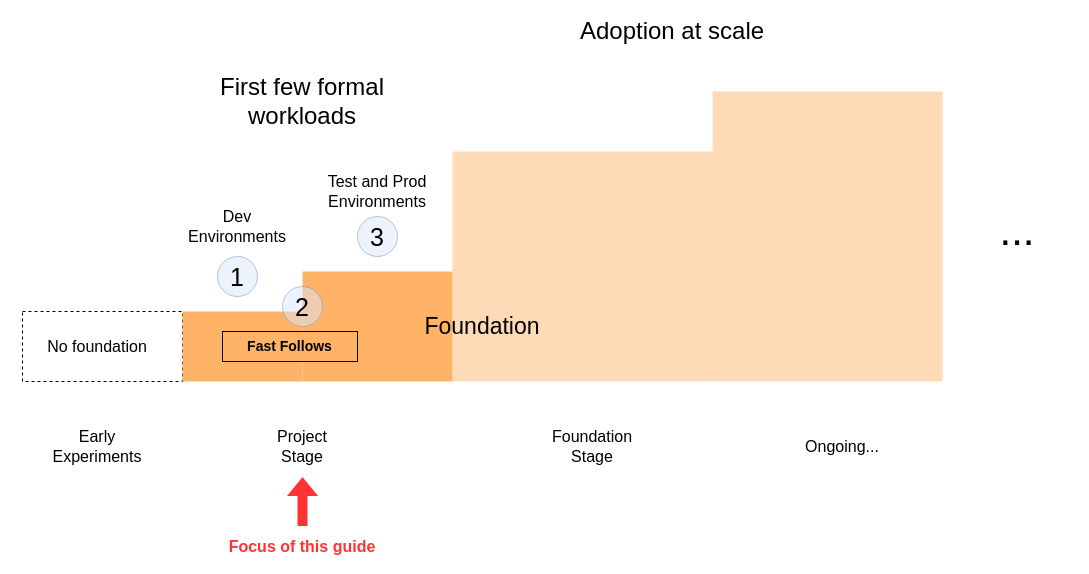
atimpone/aws-foundation-journey keeps this draw.io diagram as page "foundation" (7 of 10) of drawings/initial-foundation.drawio. Above is the earlier version. Source tidied: cells renumbered, new cells numbered last; positions are measured from the earlier drawing's top-left corner, leaving out a move shared by most shapes. Both pictures are drawn from the tidied source at 100%, with x=0, y=0 at pixel (17, 21).
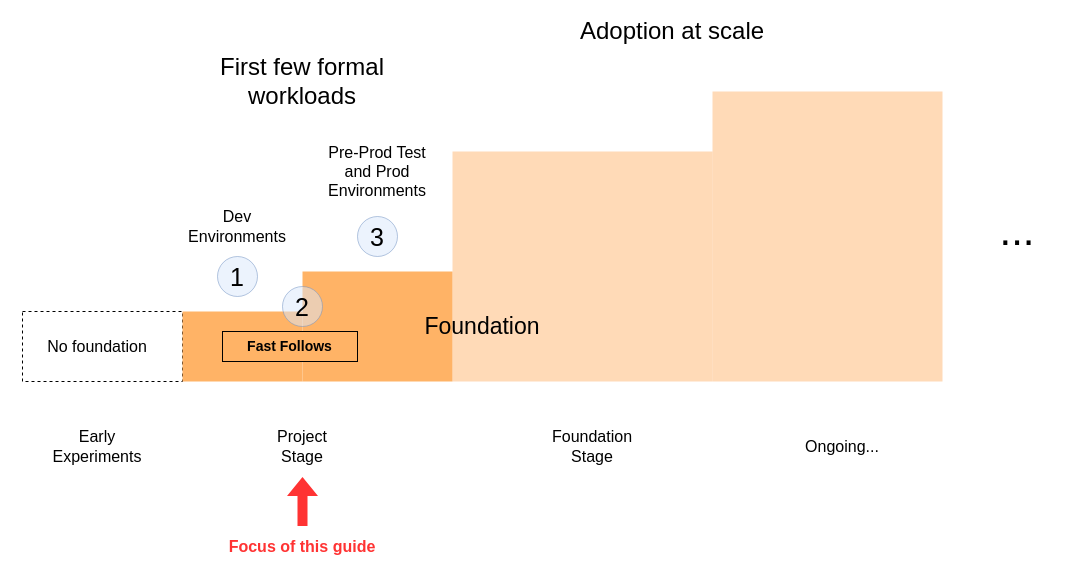
After the change.

Diff of the diagram source:
```diff
@@
-    <mxCell id="12" value="Test and Prod&lt;br&gt;Environments" style="text;html=1;strokeColor=none;fillColor=none;align=center;verticalAlign=middle;whiteSpace=wrap;rounded=0;fontSize=16;fontColor=#000000;" parent="1" vertex="1">
-      <mxGeometry x="305" y="160" width="110" height="20" as="geometry" />
+    <mxCell id="12" value="Pre-Prod Test and Prod&lt;br&gt;Environments" style="text;html=1;strokeColor=none;fillColor=none;align=center;verticalAlign=middle;whiteSpace=wrap;rounded=0;fontSize=16;fontColor=#000000;" parent="1" vertex="1">
+      <mxGeometry x="305" y="140" width="110" height="20" as="geometry" />
     </mxCell>
@@
     <mxCell id="16" value="First few formal workloads" style="text;html=1;strokeColor=none;fillColor=none;align=center;verticalAlign=middle;whiteSpace=wrap;rounded=0;fontSize=24;fontColor=#000000;" parent="1" vertex="1">
-      <mxGeometry x="195" y="70" width="180" height="20" as="geometry" />
+      <mxGeometry x="195" y="50" width="180" height="20" as="geometry" />
     </mxCell>
```
